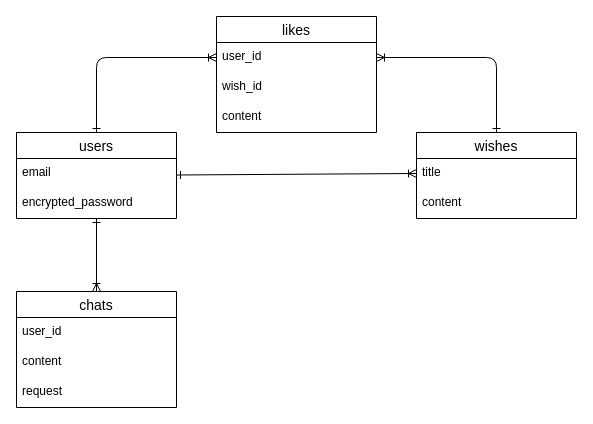
kongo-28/wishy_client keeps this draw.io diagram as erd.dio. Above is the earlier version. Source tidied: cells renumbered, new cells numbered last; positions are measured from the earlier drawing's top-left corner, leaving out a move shared by most shapes. Both pictures are drawn from the tidied source at 100%, with x=0, y=0 at pixel (16, 16).
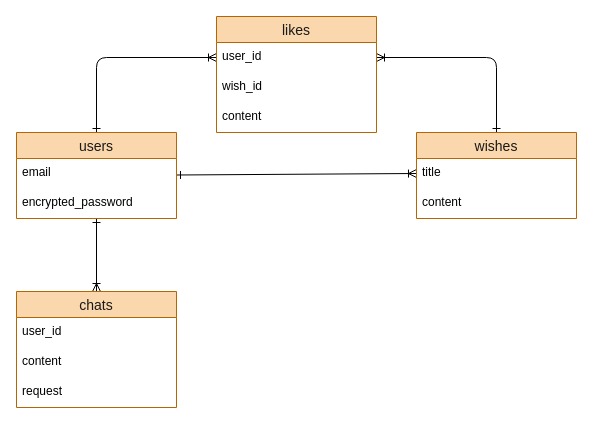
The same page after the edit.

Commit message (it also covers changes not shown here):
データベース設計を追加

What changed in the source:
```diff
@@
-    <mxCell id="5" value="users" style="swimlane;fontStyle=0;horizontal=1;startSize=26;align=center;fontSize=14;" parent="1" vertex="1">
+    <mxCell id="5" value="users" style="swimlane;fontStyle=0;horizontal=1;startSize=26;align=center;fontSize=14;fillColor=#fad7ac;strokeColor=#b46504;fontColor=#1A1A1A;" parent="1" vertex="1">
       <mxGeometry y="116" width="160" height="86" as="geometry" />
     </mxCell>
@@
-    <mxCell id="9" value="wishes" style="swimlane;fontStyle=0;horizontal=1;startSize=26;align=center;fontSize=14;" parent="1" vertex="1">
+    <mxCell id="9" value="wishes" style="swimlane;fontStyle=0;horizontal=1;startSize=26;align=center;fontSize=14;fillColor=#fad7ac;strokeColor=#b46504;fontColor=#1A1A1A;" parent="1" vertex="1">
       <mxGeometry x="400" y="116" width="160" height="86" as="geometry" />
     </mxCell>
@@
-    <mxCell id="12" value="likes" style="swimlane;fontStyle=0;horizontal=1;startSize=26;align=center;fontSize=14;" parent="1" vertex="1">
+    <mxCell id="12" value="likes" style="swimlane;fontStyle=0;horizontal=1;startSize=26;align=center;fontSize=14;fillColor=#fad7ac;strokeColor=#b46504;fontColor=#1A1A1A;" parent="1" vertex="1">
       <mxGeometry x="200" width="160" height="116" as="geometry" />
     </mxCell>
@@
-    <mxCell id="16" value="chats" style="swimlane;fontStyle=0;horizontal=1;startSize=26;align=center;fontSize=14;" parent="1" vertex="1">
+    <mxCell id="16" value="chats" style="swimlane;fontStyle=0;horizontal=1;startSize=26;align=center;fontSize=14;fillColor=#fad7ac;strokeColor=#b46504;fontColor=#1A1A1A;" parent="1" vertex="1">
       <mxGeometry y="275" width="160" height="116" as="geometry" />
     </mxCell>
```
